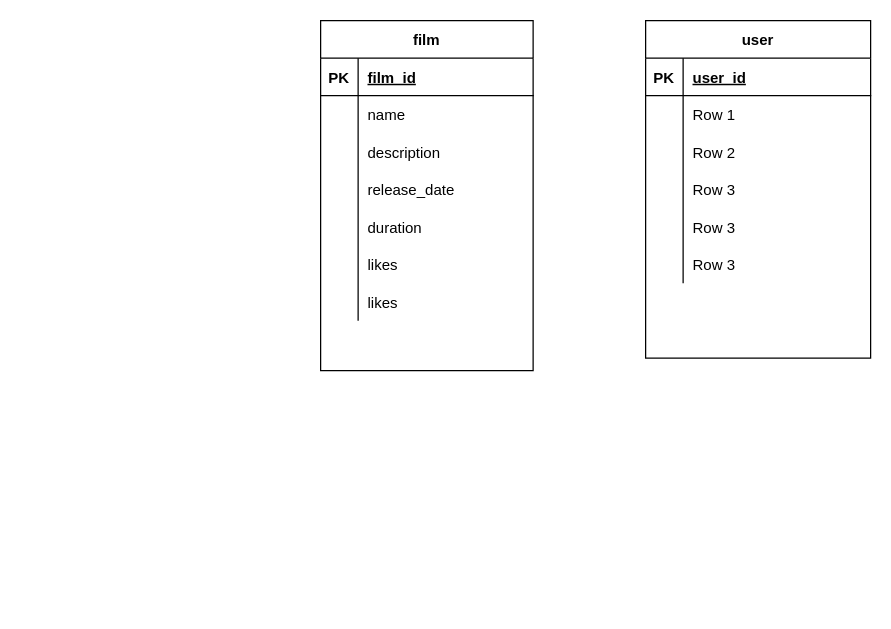
Above: src/main/resources/пара.drawio in marat-a/java-filmorate (draw.io), before the change. Source tidied: cells renumbered, new cells numbered last; positions are measured from the earlier drawing's top-left corner, leaving out a move shared by most shapes. Both pictures are drawn from the tidied source at 125%, with x=0, y=0 at pixel (320, 20).
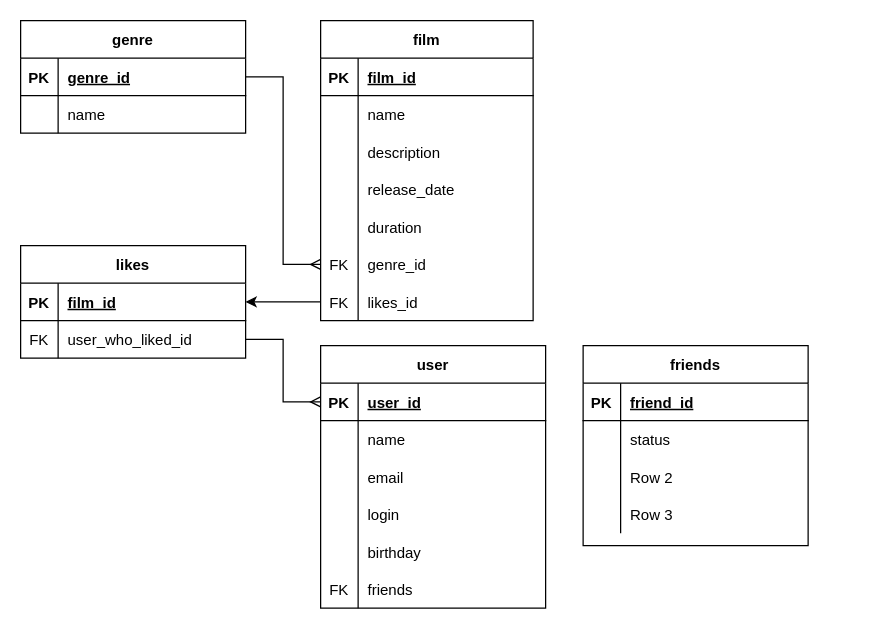
The same page after the edit.

The change refers to these unchanged cells:
```xml
<mxCell id="3" style="shape=tableRow;horizontal=0;startSize=0;swimlaneHead=0;swimlaneBody=0;fillColor=none;points=[[0,0.5],[1,0.5]];portConstraint=eastwest;top=0;left=0;right=0;bottom=1;" parent="2" vertex="1">
  <mxGeometry y="30" width="180" height="30" as="geometry" />
</mxCell>
<mxCell id="6" style="shape=tableRow;horizontal=0;startSize=0;swimlaneHead=0;swimlaneBody=0;fillColor=none;top=0;left=0;right=0;bottom=0;" parent="2" vertex="1">
  <mxGeometry y="60" width="180" height="30" as="geometry" />
</mxCell>
<mxCell id="9" style="shape=tableRow;horizontal=0;startSize=0;swimlaneHead=0;swimlaneBody=0;fillColor=none;top=0;left=0;right=0;bottom=0;" parent="2" vertex="1">
  <mxGeometry y="90" width="180" height="30" as="geometry" />
</mxCell>
<mxCell id="12" style="shape=tableRow;horizontal=0;startSize=0;swimlaneHead=0;swimlaneBody=0;fillColor=none;top=0;left=0;right=0;bottom=0;" parent="2" vertex="1">
  <mxGeometry y="120" width="180" height="30" as="geometry" />
</mxCell>
<mxCell id="15" style="shape=tableRow;horizontal=0;startSize=0;swimlaneHead=0;swimlaneBody=0;fillColor=none;top=0;left=0;right=0;bottom=0;" parent="2" vertex="1">
  <mxGeometry y="150" width="180" height="30" as="geometry" />
</mxCell>
<mxCell id="18" style="shape=tableRow;horizontal=0;startSize=0;swimlaneHead=0;swimlaneBody=0;fillColor=none;top=0;left=0;right=0;bottom=0;" parent="2" vertex="1">
  <mxGeometry y="180" width="180" height="30" as="geometry" />
</mxCell>
<mxCell id="37" style="shape=tableRow;horizontal=0;startSize=0;swimlaneHead=0;swimlaneBody=0;fillColor=none;points=[[0,0.5],[1,0.5]];portConstraint=eastwest;top=0;left=0;right=0;bottom=0;" parent="21" vertex="1">
  <mxGeometry y="180" width="170" height="30" as="geometry" />
</mxCell>
<mxCell id="40" style="shape=tableRow;horizontal=0;startSize=0;swimlaneHead=0;swimlaneBody=0;fillColor=none;points=[[0,0.5],[1,0.5]];portConstraint=eastwest;top=0;left=0;right=0;bottom=0;" parent="21" vertex="1">
  <mxGeometry y="210" width="170" height="30" as="geometry" />
</mxCell>
```

Diff of the diagram source:
```diff
@@
     <mxCell id="2" value="user" style="shape=table;startSize=30;childLayout=tableLayout;rowLines=0;fontStyle=1;align=center;" parent="1" vertex="1">
-      <mxGeometry x="260" width="180" height="270" as="geometry" />
+      <mxGeometry y="260" width="180" height="210" as="geometry" />
     </mxCell>
@@
-    <mxCell id="8" value="Row 1" style="shape=partialRectangle;fillColor=none;top=0;left=0;bottom=0;right=0;align=left;spacingLeft=6;overflow=hidden;" parent="6" vertex="1">
+    <mxCell id="8" value="name" style="shape=partialRectangle;fillColor=none;top=0;left=0;bottom=0;right=0;align=left;spacingLeft=6;overflow=hidden;" parent="6" vertex="1">
       <mxGeometry x="30" width="150" height="30" as="geometry" />
     </mxCell>
@@
-    <mxCell id="11" value="Row 2" style="shape=partialRectangle;fillColor=none;top=0;left=0;bottom=0;right=0;align=left;spacingLeft=6;overflow=hidden;" parent="9" vertex="1">
+    <mxCell id="11" value="email" style="shape=partialRectangle;fillColor=none;top=0;left=0;bottom=0;right=0;align=left;spacingLeft=6;overflow=hidden;" parent="9" vertex="1">
       <mxGeometry x="30" width="150" height="30" as="geometry" />
     </mxCell>
@@
-    <mxCell id="14" value="Row 3" style="shape=partialRectangle;fillColor=none;top=0;left=0;bottom=0;right=0;align=left;spacingLeft=6;overflow=hidden;" parent="12" vertex="1">
+    <mxCell id="14" value="login" style="shape=partialRectangle;fillColor=none;top=0;left=0;bottom=0;right=0;align=left;spacingLeft=6;overflow=hidden;" parent="12" vertex="1">
       <mxGeometry x="30" width="150" height="30" as="geometry" />
     </mxCell>
@@
-    <mxCell id="17" value="Row 3" style="shape=partialRectangle;fillColor=none;top=0;left=0;bottom=0;right=0;align=left;spacingLeft=6;overflow=hidden;" parent="15" vertex="1">
+    <mxCell id="17" value="birthday" style="shape=partialRectangle;fillColor=none;top=0;left=0;bottom=0;right=0;align=left;spacingLeft=6;overflow=hidden;" parent="15" vertex="1">
       <mxGeometry x="30" width="150" height="30" as="geometry" />
     </mxCell>
@@
-    <mxCell id="19" style="shape=partialRectangle;fillColor=none;top=0;left=0;bottom=0;right=0;overflow=hidden;" parent="18" vertex="1">
+    <mxCell id="19" value="FK" style="shape=partialRectangle;fillColor=none;top=0;left=0;bottom=0;right=0;overflow=hidden;" parent="18" vertex="1">
       <mxGeometry width="30" height="30" as="geometry" />
     </mxCell>
-    <mxCell id="20" value="Row 3" style="shape=partialRectangle;fillColor=none;top=0;left=0;bottom=0;right=0;align=left;spacingLeft=6;overflow=hidden;" parent="18" vertex="1">
+    <mxCell id="20" value="friends" style="shape=partialRectangle;fillColor=none;top=0;left=0;bottom=0;right=0;align=left;spacingLeft=6;overflow=hidden;" parent="18" vertex="1">
       <mxGeometry x="30" width="150" height="30" as="geometry" />
     </mxCell>
     <mxCell id="21" value="film" style="shape=table;startSize=30;childLayout=tableLayout;rowLines=0;fontStyle=1;align=center;" parent="1" vertex="1">
-      <mxGeometry width="170" height="280" as="geometry" />
+      <mxGeometry width="170" height="240" as="geometry" />
     </mxCell>
@@
-    <mxCell id="38" style="shape=partialRectangle;fillColor=none;top=0;left=0;bottom=0;right=0;overflow=hidden;" parent="37" vertex="1">
+    <mxCell id="38" value="FK" style="shape=partialRectangle;fillColor=none;top=0;left=0;bottom=0;right=0;overflow=hidden;" parent="37" vertex="1">
       <mxGeometry width="30" height="30" as="geometry" />
     </mxCell>
-    <mxCell id="39" value="likes" style="shape=partialRectangle;fillColor=none;top=0;left=0;bottom=0;right=0;align=left;spacingLeft=6;overflow=hidden;" parent="37" vertex="1">
+    <mxCell id="39" value="genre_id" style="shape=partialRectangle;fillColor=none;top=0;left=0;bottom=0;right=0;align=left;spacingLeft=6;overflow=hidden;" parent="37" vertex="1">
       <mxGeometry x="30" width="140" height="30" as="geometry" />
     </mxCell>
@@
-    <mxCell id="41" style="shape=partialRectangle;fillColor=none;top=0;left=0;bottom=0;right=0;overflow=hidden;" parent="40" vertex="1">
+    <mxCell id="41" value="FK" style="shape=partialRectangle;fillColor=none;top=0;left=0;bottom=0;right=0;overflow=hidden;" parent="40" vertex="1">
       <mxGeometry width="30" height="30" as="geometry" />
     </mxCell>
-    <mxCell id="42" value="likes" style="shape=partialRectangle;fillColor=none;top=0;left=0;bottom=0;right=0;align=left;spacingLeft=6;overflow=hidden;" parent="40" vertex="1">
+    <mxCell id="42" value="likes_id" style="shape=partialRectangle;fillColor=none;top=0;left=0;bottom=0;right=0;align=left;spacingLeft=6;overflow=hidden;" parent="40" vertex="1">
       <mxGeometry x="30" width="140" height="30" as="geometry" />
     </mxCell>
+    <mxCell id="43" value="genre" style="shape=table;startSize=30;childLayout=tableLayout;rowLines=0;fontStyle=1;align=center;" parent="1" vertex="1">
+      <mxGeometry x="-240" width="180" height="90" as="geometry" />
+    </mxCell>
+    <mxCell id="44" style="shape=tableRow;horizontal=0;startSize=0;swimlaneHead=0;swimlaneBody=0;fillColor=none;points=[[0,0.5],[1,0.5]];portConstraint=eastwest;top=0;left=0;right=0;bottom=1;" parent="43" vertex="1">
+      <mxGeometry y="30" width="180" height="30" as="geometry" />
+    </mxCell>
+    <mxCell id="45" value="PK" style="shape=partialRectangle;fillColor=none;top=0;left=0;bottom=0;right=0;fontStyle=1;overflow=hidden;" parent="44" vertex="1">
+      <mxGeometry width="30" height="30" as="geometry" />
+    </mxCell>
+    <mxCell id="46" value="genre_id" style="shape=partialRectangle;fillColor=none;top=0;left=0;bottom=0;right=0;align=left;spacingLeft=6;fontStyle=5;overflow=hidden;" parent="44" vertex="1">
+      <mxGeometry x="30" width="150" height="30" as="geometry" />
+    </mxCell>
+    <mxCell id="47" style="shape=tableRow;horizontal=0;startSize=0;swimlaneHead=0;swimlaneBody=0;fillColor=none;top=0;left=0;right=0;bottom=0;" parent="43" vertex="1">
+      <mxGeometry y="60" width="180" height="30" as="geometry" />
+    </mxCell>
+    <mxCell id="48" style="shape=partialRectangle;fillColor=none;top=0;left=0;bottom=0;right=0;overflow=hidden;" parent="47" vertex="1">
+      <mxGeometry width="30" height="30" as="geometry" />
+    </mxCell>
+    <mxCell id="49" value="name" style="shape=partialRectangle;fillColor=none;top=0;left=0;bottom=0;right=0;align=left;spacingLeft=6;overflow=hidden;" parent="47" vertex="1">
+      <mxGeometry x="30" width="150" height="30" as="geometry" />
+    </mxCell>
+    <mxCell id="50" style="edgeStyle=entityRelationEdgeStyle;fontSize=12;html=1;endArrow=ERmany;rounded=0;entryX=0;entryY=0.5;entryDx=0;entryDy=0;exitX=1;exitY=0.5;exitDx=0;exitDy=0;" parent="1" edge="1" source="44" target="37">
+      <mxGeometry relative="1" as="geometry" />
+    </mxCell>
+    <mxCell id="51" value="likes" style="shape=table;startSize=30;childLayout=tableLayout;rowLines=0;fontStyle=1;align=center;" parent="1" vertex="1">
+      <mxGeometry x="-240" y="180" width="180" height="90" as="geometry" />
+    </mxCell>
+    <mxCell id="52" style="shape=tableRow;horizontal=0;startSize=0;swimlaneHead=0;swimlaneBody=0;fillColor=none;points=[[0,0.5],[1,0.5]];portConstraint=eastwest;top=0;left=0;right=0;bottom=1;" parent="51" vertex="1">
+      <mxGeometry y="30" width="180" height="30" as="geometry" />
+    </mxCell>
+    <mxCell id="53" value="PK" style="shape=partialRectangle;fillColor=none;top=0;left=0;bottom=0;right=0;fontStyle=1;overflow=hidden;" parent="52" vertex="1">
+      <mxGeometry width="30" height="30" as="geometry" />
+    </mxCell>
+    <mxCell id="54" value="film_id" style="shape=partialRectangle;fillColor=none;top=0;left=0;bottom=0;right=0;align=left;spacingLeft=6;fontStyle=5;overflow=hidden;" parent="52" vertex="1">
+      <mxGeometry x="30" width="150" height="30" as="geometry" />
+    </mxCell>
+    <mxCell id="55" style="shape=tableRow;horizontal=0;startSize=0;swimlaneHead=0;swimlaneBody=0;fillColor=none;points=[[0,0.5],[1,0.5]];portConstraint=eastwest;top=0;left=0;right=0;bottom=0;" parent="51" vertex="1">
+      <mxGeometry y="60" width="180" height="30" as="geometry" />
+    </mxCell>
+    <mxCell id="56" value="FK" style="shape=partialRectangle;fillColor=none;top=0;left=0;bottom=0;right=0;overflow=hidden;" parent="55" vertex="1">
+      <mxGeometry width="30" height="30" as="geometry" />
+    </mxCell>
+    <mxCell id="57" value="user_who_liked_id" style="shape=partialRectangle;fillColor=none;top=0;left=0;bottom=0;right=0;align=left;spacingLeft=6;overflow=hidden;" parent="55" vertex="1">
+      <mxGeometry x="30" width="150" height="30" as="geometry" />
+    </mxCell>
+    <mxCell id="58" style="edgeStyle=orthogonalEdgeStyle;rounded=0;jettySize=auto;html=1;exitX=0;exitY=0.5;exitDx=0;exitDy=0;entryX=1;entryY=0.5;entryDx=0;entryDy=0;" parent="1" edge="1" source="40" target="52">
+      <mxGeometry relative="1" as="geometry" />
+    </mxCell>
+    <mxCell id="59" style="edgeStyle=entityRelationEdgeStyle;fontSize=12;html=1;endArrow=ERmany;rounded=0;exitX=1;exitY=0.5;exitDx=0;exitDy=0;entryX=0;entryY=0.5;entryDx=0;entryDy=0;" parent="1" edge="1" source="55" target="3">
+      <mxGeometry relative="1" as="geometry" />
+    </mxCell>
+    <mxCell id="60" value="friends" style="shape=table;startSize=30;childLayout=tableLayout;rowLines=0;fontStyle=1;align=center;" parent="1" vertex="1">
+      <mxGeometry x="210" y="260" width="180" height="160" as="geometry" />
+    </mxCell>
+    <mxCell id="61" style="shape=tableRow;horizontal=0;startSize=0;swimlaneHead=0;swimlaneBody=0;fillColor=none;top=0;left=0;right=0;bottom=1;" parent="60" vertex="1">
+      <mxGeometry y="30" width="180" height="30" as="geometry" />
+    </mxCell>
+    <mxCell id="62" value="PK" style="shape=partialRectangle;fillColor=none;top=0;left=0;bottom=0;right=0;fontStyle=1;overflow=hidden;" parent="61" vertex="1">
+      <mxGeometry width="30" height="30" as="geometry" />
+    </mxCell>
+    <mxCell id="63" value="friend_id" style="shape=partialRectangle;fillColor=none;top=0;left=0;bottom=0;right=0;align=left;spacingLeft=6;fontStyle=5;overflow=hidden;" parent="61" vertex="1">
+      <mxGeometry x="30" width="150" height="30" as="geometry" />
+    </mxCell>
+    <mxCell id="64" style="shape=tableRow;horizontal=0;startSize=0;swimlaneHead=0;swimlaneBody=0;fillColor=none;top=0;left=0;right=0;bottom=0;" parent="60" vertex="1">
+      <mxGeometry y="60" width="180" height="30" as="geometry" />
+    </mxCell>
+    <mxCell id="65" style="shape=partialRectangle;fillColor=none;top=0;left=0;bottom=0;right=0;overflow=hidden;" parent="64" vertex="1">
+      <mxGeometry width="30" height="30" as="geometry" />
+    </mxCell>
+    <mxCell id="66" value="status" style="shape=partialRectangle;fillColor=none;top=0;left=0;bottom=0;right=0;align=left;spacingLeft=6;overflow=hidden;" parent="64" vertex="1">
+      <mxGeometry x="30" width="150" height="30" as="geometry" />
+    </mxCell>
+    <mxCell id="67" style="shape=tableRow;horizontal=0;startSize=0;swimlaneHead=0;swimlaneBody=0;fillColor=none;top=0;left=0;right=0;bottom=0;" parent="60" vertex="1">
+      <mxGeometry y="90" width="180" height="30" as="geometry" />
+    </mxCell>
+    <mxCell id="68" style="shape=partialRectangle;fillColor=none;top=0;left=0;bottom=0;right=0;overflow=hidden;" parent="67" vertex="1">
+      <mxGeometry width="30" height="30" as="geometry" />
+    </mxCell>
+    <mxCell id="69" value="Row 2" style="shape=partialRectangle;fillColor=none;top=0;left=0;bottom=0;right=0;align=left;spacingLeft=6;overflow=hidden;" parent="67" vertex="1">
+      <mxGeometry x="30" width="150" height="30" as="geometry" />
+    </mxCell>
+    <mxCell id="70" style="shape=tableRow;horizontal=0;startSize=0;swimlaneHead=0;swimlaneBody=0;fillColor=none;top=0;left=0;right=0;bottom=0;" parent="60" vertex="1">
+      <mxGeometry y="120" width="180" height="30" as="geometry" />
+    </mxCell>
+    <mxCell id="71" style="shape=partialRectangle;fillColor=none;top=0;left=0;bottom=0;right=0;overflow=hidden;" parent="70" vertex="1">
+      <mxGeometry width="30" height="30" as="geometry" />
+    </mxCell>
+    <mxCell id="72" value="Row 3" style="shape=partialRectangle;fillColor=none;top=0;left=0;bottom=0;right=0;align=left;spacingLeft=6;overflow=hidden;" parent="70" vertex="1">
+      <mxGeometry x="30" width="150" height="30" as="geometry" />
+    </mxCell>
```
